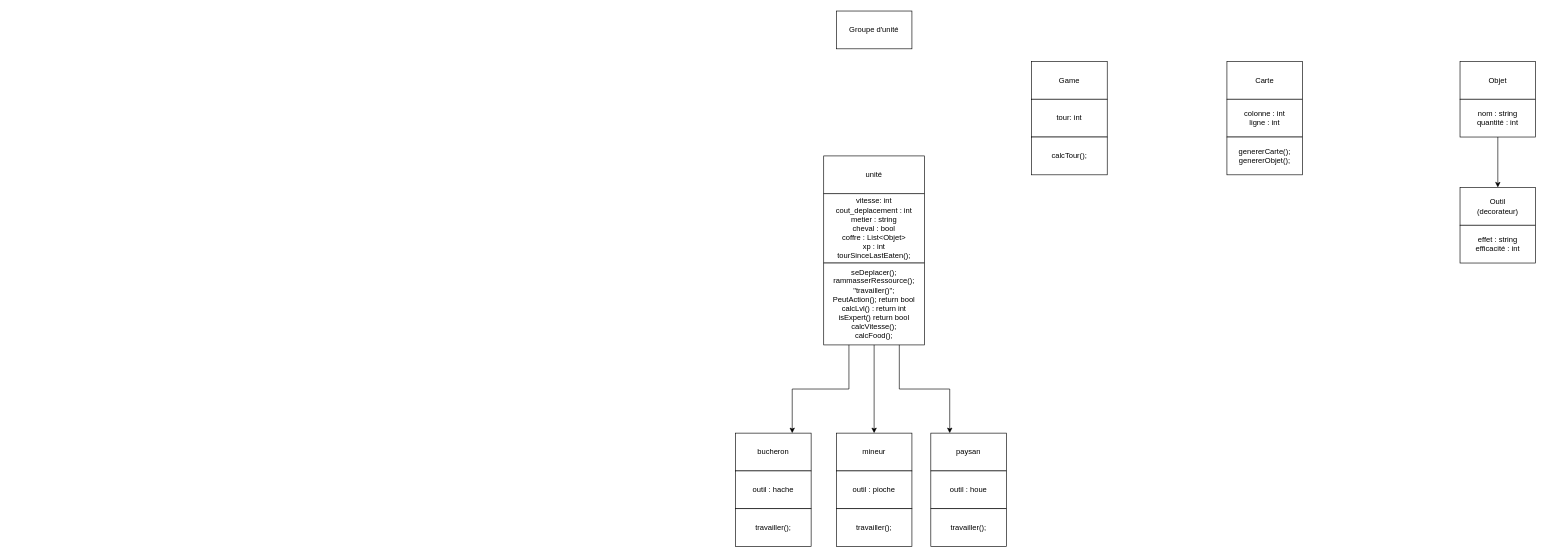
This is Diagramme sans nom.drawio from Rafien/Projet_Design_Pattern, a draw.io file, before an edit. Source tidied: cells renumbered, new cells numbered last; positions are measured from the earlier drawing's top-left corner, leaving out a move shared by most shapes. Both pictures are drawn from the tidied source at 63%, with x=0, y=0 at pixel (735, 11).
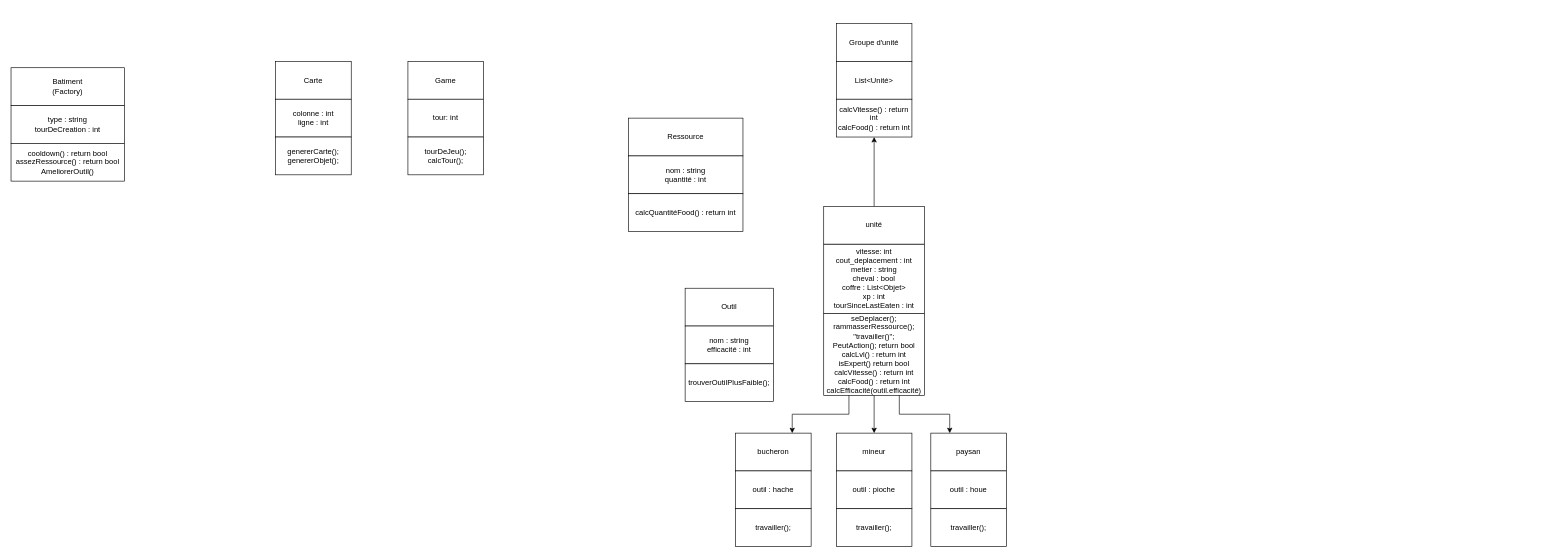
Above is the later version.

Commit message:
Ajout Batiments

Unchanged cells that the change refers to:
```xml
<mxCell id="3" style="group;" parent="2" vertex="1">
  <mxGeometry x="-10" width="160" height="270" as="geometry" />
</mxCell>
<mxCell id="4" style="group;" parent="3" vertex="1">
  <mxGeometry width="160" height="140" as="geometry" />
</mxCell>
<mxCell id="6" value="unité" style="rounded=0;whiteSpace=wrap;html=1;" parent="4" vertex="1">
  <mxGeometry y="-30" width="160" height="60" as="geometry" />
</mxCell>
```

The edit, as a diff of the source:
```diff
@@
     <mxCell id="2" style="group;" parent="1" vertex="1">
-      <mxGeometry x="150" y="260" width="160" height="270" as="geometry" />
+      <mxGeometry x="150" y="340" width="160" height="270" as="geometry" />
     </mxCell>
@@
-    <mxCell id="5" value="vitesse: int&lt;br&gt;cout_deplacement : int&lt;br&gt;metier : string&lt;br&gt;cheval : bool&lt;br&gt;coffre : List&amp;lt;Objet&amp;gt;&lt;br&gt;xp : int&lt;br&gt;tourSinceLastEaten();" style="rounded=0;whiteSpace=wrap;html=1;" parent="4" vertex="1">
+    <mxCell id="5" value="vitesse: int&lt;br&gt;cout_deplacement : int&lt;br&gt;metier : string&lt;br&gt;cheval : bool&lt;br&gt;coffre : List&amp;lt;Objet&amp;gt;&lt;br&gt;xp : int&lt;br&gt;tourSinceLastEaten : int" style="rounded=0;whiteSpace=wrap;html=1;" parent="4" vertex="1">
       <mxGeometry y="30" width="160" height="110" as="geometry" />
     </mxCell>
@@
-    <mxCell id="7" value="seDeplacer();&lt;br&gt;rammasserRessource();&lt;br&gt;&quot;travailler()&quot;;&lt;br&gt;PeutAction(); return bool&lt;br&gt;calcLvl() : return int&lt;br&gt;isExpert() return bool&lt;br&gt;calcVitesse();&lt;br&gt;calcFood();" style="rounded=0;whiteSpace=wrap;html=1;" parent="3" vertex="1">
+    <mxCell id="7" value="seDeplacer();&lt;br&gt;rammasserRessource();&lt;br&gt;&quot;travailler()&quot;;&lt;br&gt;PeutAction(); return bool&lt;br&gt;calcLvl() : return int&lt;br&gt;isExpert() return bool&lt;br&gt;calcVitesse() : return int&lt;br&gt;calcFood() : return int&lt;br&gt;calcEfficacité(outil.efficacité)" style="rounded=0;whiteSpace=wrap;html=1;" parent="3" vertex="1">
       <mxGeometry y="140" width="160" height="130" as="geometry" />
     </mxCell>
@@
     <mxCell id="11" style="group;" parent="1" vertex="1">
-      <mxGeometry x="780" y="80" width="120" height="180" as="geometry" />
+      <mxGeometry x="-730" y="80" width="120" height="180" as="geometry" />
     </mxCell>
@@
-    <mxCell id="16" style="group;" parent="1" vertex="1">
-      <mxGeometry x="1150" y="80" width="120" height="120" as="geometry" />
-    </mxCell>
-    <mxCell id="17" value="Objet" style="rounded=0;whiteSpace=wrap;html=1;" parent="16" vertex="1">
-      <mxGeometry width="120" height="60" as="geometry" />
-    </mxCell>
-    <mxCell id="18" value="nom : string&lt;br&gt;quantité : int" style="rounded=0;whiteSpace=wrap;html=1;" parent="16" vertex="1">
-      <mxGeometry y="60" width="120" height="60" as="geometry" />
-    </mxCell>
-    <mxCell id="19" style="endArrow=classic;html=1;rounded=0;entryX=0.5;entryY=0;entryDx=0;entryDy=0;exitX=0.5;exitY=1;exitDx=0;exitDy=0;" parent="1" edge="1" source="18" target="21">
-      <mxGeometry relative="1" as="geometry" />
-    </mxCell>
     <mxCell id="20" style="group;" parent="1" vertex="1">
-      <mxGeometry x="1150" y="280" width="120" height="120" as="geometry" />
+      <mxGeometry x="-60" y="440" width="120" height="180" as="geometry" />
     </mxCell>
+    <mxCell id="40" style="group;" parent="20" vertex="1">
+      <mxGeometry x="-20" width="140" height="180" as="geometry" />
+    </mxCell>
-    <mxCell id="21" value="Outil&lt;br&gt;(decorateur)" style="rounded=0;whiteSpace=wrap;html=1;" parent="20" vertex="1">
-      <mxGeometry width="120" height="60" as="geometry" />
+    <mxCell id="21" value="Outil" style="rounded=0;whiteSpace=wrap;html=1;" parent="40" vertex="1">
+      <mxGeometry width="140" height="60" as="geometry" />
     </mxCell>
-    <mxCell id="22" value="effet : string&lt;br&gt;efficacité : int" style="rounded=0;whiteSpace=wrap;html=1;" parent="20" vertex="1">
-      <mxGeometry y="60" width="120" height="60" as="geometry" />
+    <mxCell id="22" value="nom : string&lt;br&gt;efficacité : int" style="rounded=0;whiteSpace=wrap;html=1;" parent="40" vertex="1">
+      <mxGeometry y="60" width="140" height="60" as="geometry" />
     </mxCell>
-    <mxCell id="23" value="Groupe d'unité" style="rounded=0;whiteSpace=wrap;html=1;" parent="1" vertex="1">
-      <mxGeometry x="160" width="120" height="60" as="geometry" />
-    </mxCell>
+    <mxCell id="41" value="trouverOutilPlusFaible();" style="rounded=0;whiteSpace=wrap;html=1;" parent="40" vertex="1">
+      <mxGeometry y="120" width="140" height="60" as="geometry" />
+    </mxCell>
@@
-    <mxCell id="32" value="Game" style="rounded=0;whiteSpace=wrap;html=1;" parent="1" vertex="1">
-      <mxGeometry x="470" y="80" width="120" height="60" as="geometry" />
-    </mxCell>
-    <mxCell id="33" value="tour: int" style="rounded=0;whiteSpace=wrap;html=1;" parent="1" vertex="1">
-      <mxGeometry x="470" y="140" width="120" height="60" as="geometry" />
-    </mxCell>
-    <mxCell id="34" value="calcTour();" style="rounded=0;whiteSpace=wrap;html=1;" parent="1" vertex="1">
-      <mxGeometry x="470" y="200" width="120" height="60" as="geometry" />
-    </mxCell>
@@
+    <mxCell id="42" style="group;" parent="1" vertex="1">
+      <mxGeometry x="160" y="20" width="120" height="180" as="geometry" />
+    </mxCell>
+    <mxCell id="43" style="group;" parent="42" vertex="1">
+      <mxGeometry width="120" height="120" as="geometry" />
+    </mxCell>
+    <mxCell id="23" value="Groupe d'unité" style="rounded=0;whiteSpace=wrap;html=1;" parent="43" vertex="1">
+      <mxGeometry width="120" height="60" as="geometry" />
+    </mxCell>
+    <mxCell id="44" value="List&amp;lt;Unité&amp;gt;" style="rounded=0;whiteSpace=wrap;html=1;" parent="43" vertex="1">
+      <mxGeometry y="60" width="120" height="60" as="geometry" />
+    </mxCell>
+    <mxCell id="45" value="calcVitesse() : return int&lt;br&gt;calcFood() : return int&lt;br&gt;" style="rounded=0;whiteSpace=wrap;html=1;" parent="42" vertex="1">
+      <mxGeometry y="120" width="120" height="60" as="geometry" />
+    </mxCell>
+    <mxCell id="46" style="group;" parent="1" vertex="1">
+      <mxGeometry x="-130" y="170" width="160" height="180" as="geometry" />
+    </mxCell>
+    <mxCell id="47" style="group;" parent="46" vertex="1">
+      <mxGeometry x="-40" width="181.8" height="180" as="geometry" />
+    </mxCell>
+    <mxCell id="16" style="group;" parent="47" vertex="1">
+      <mxGeometry width="181.8" height="120" as="geometry" />
+    </mxCell>
+    <mxCell id="17" value="Ressource" style="rounded=0;whiteSpace=wrap;html=1;" parent="16" vertex="1">
+      <mxGeometry width="181.8" height="60" as="geometry" />
+    </mxCell>
+    <mxCell id="18" value="nom : string&lt;br&gt;quantité : int" style="rounded=0;whiteSpace=wrap;html=1;" parent="16" vertex="1">
+      <mxGeometry y="60" width="181.8" height="60" as="geometry" />
+    </mxCell>
+    <mxCell id="48" value="calcQuantitéFood() : return int" style="rounded=0;whiteSpace=wrap;html=1;" parent="47" vertex="1">
+      <mxGeometry y="120" width="181.8" height="60" as="geometry" />
+    </mxCell>
+    <mxCell id="49" style="edgeStyle=orthogonalEdgeStyle;rounded=0;jettySize=auto;html=1;exitX=0.5;exitY=0;exitDx=0;exitDy=0;entryX=0.5;entryY=1;entryDx=0;entryDy=0;" parent="1" edge="1" source="6" target="45">
+      <mxGeometry relative="1" as="geometry" />
+    </mxCell>
+    <mxCell id="50" style="group;" parent="1" vertex="1">
+      <mxGeometry x="-520" y="80" width="120" height="180" as="geometry" />
+    </mxCell>
+    <mxCell id="32" value="Game" style="rounded=0;whiteSpace=wrap;html=1;" parent="50" vertex="1">
+      <mxGeometry width="120" height="60" as="geometry" />
+    </mxCell>
+    <mxCell id="33" value="tour: int" style="rounded=0;whiteSpace=wrap;html=1;" parent="50" vertex="1">
+      <mxGeometry y="60" width="120" height="60" as="geometry" />
+    </mxCell>
+    <mxCell id="34" value="tourDeJeu();&lt;br&gt;calcTour();" style="rounded=0;whiteSpace=wrap;html=1;" parent="50" vertex="1">
+      <mxGeometry y="120" width="120" height="60" as="geometry" />
+    </mxCell>
+    <mxCell id="51" style="group;" parent="1" vertex="1">
+      <mxGeometry x="-1150" y="90" width="180" height="180" as="geometry" />
+    </mxCell>
+    <mxCell id="52" value="Batiment&lt;br&gt;(Factory)" style="rounded=0;whiteSpace=wrap;html=1;" parent="51" vertex="1">
+      <mxGeometry width="180" height="60" as="geometry" />
+    </mxCell>
+    <mxCell id="53" value="type : string&lt;br&gt;tourDeCreation : int" style="rounded=0;whiteSpace=wrap;html=1;" parent="51" vertex="1">
+      <mxGeometry y="60" width="180" height="60" as="geometry" />
+    </mxCell>
+    <mxCell id="54" value="cooldown() : return bool&lt;br&gt;assezRessource() : return bool&lt;br&gt;AmeliorerOutil()" style="rounded=0;whiteSpace=wrap;html=1;" parent="51" vertex="1">
+      <mxGeometry y="120" width="180" height="60" as="geometry" />
+    </mxCell>
```
